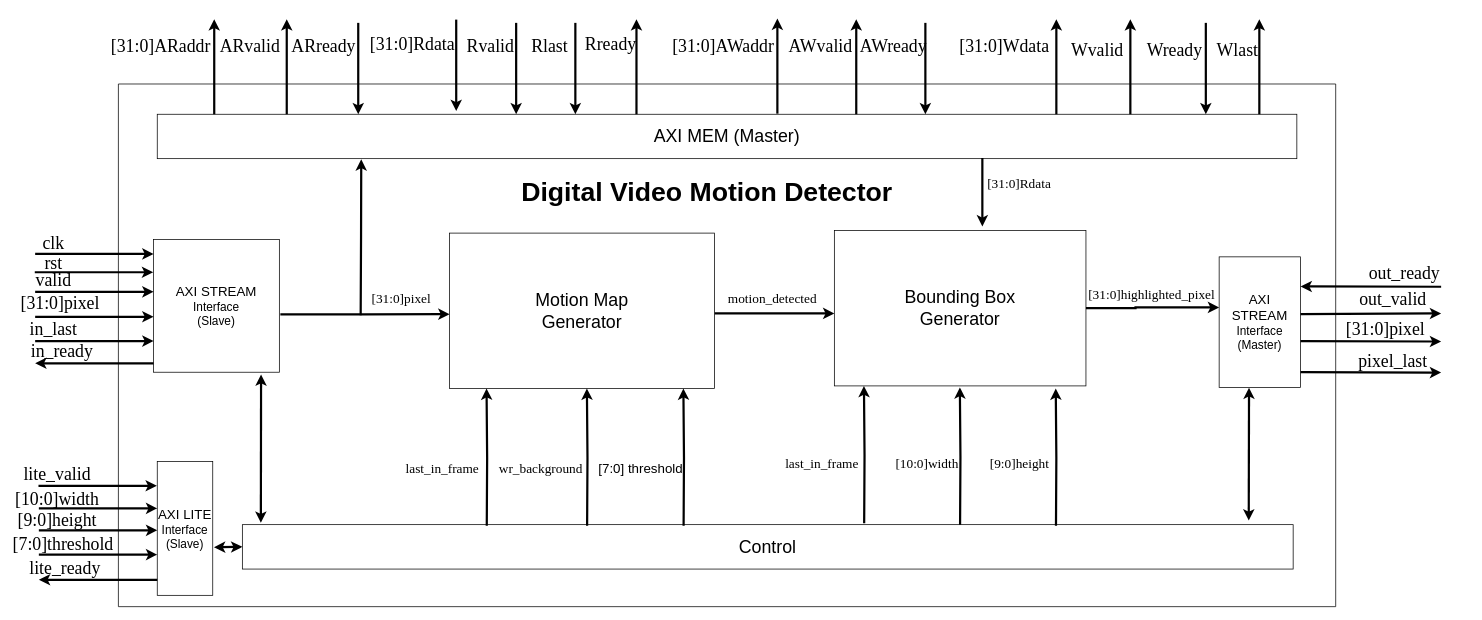
Above: drawings/Block_Diagram_v8.drawio in sabarioded/Hardware_for_Digital_Video_Motion_Detector (draw.io), before the change. Source tidied: cells renumbered, new cells numbered last; positions are measured from the earlier drawing's top-left corner, leaving out a move shared by most shapes. Both pictures are drawn from the tidied source at 74%, with x=0, y=0 at pixel (20, 18).
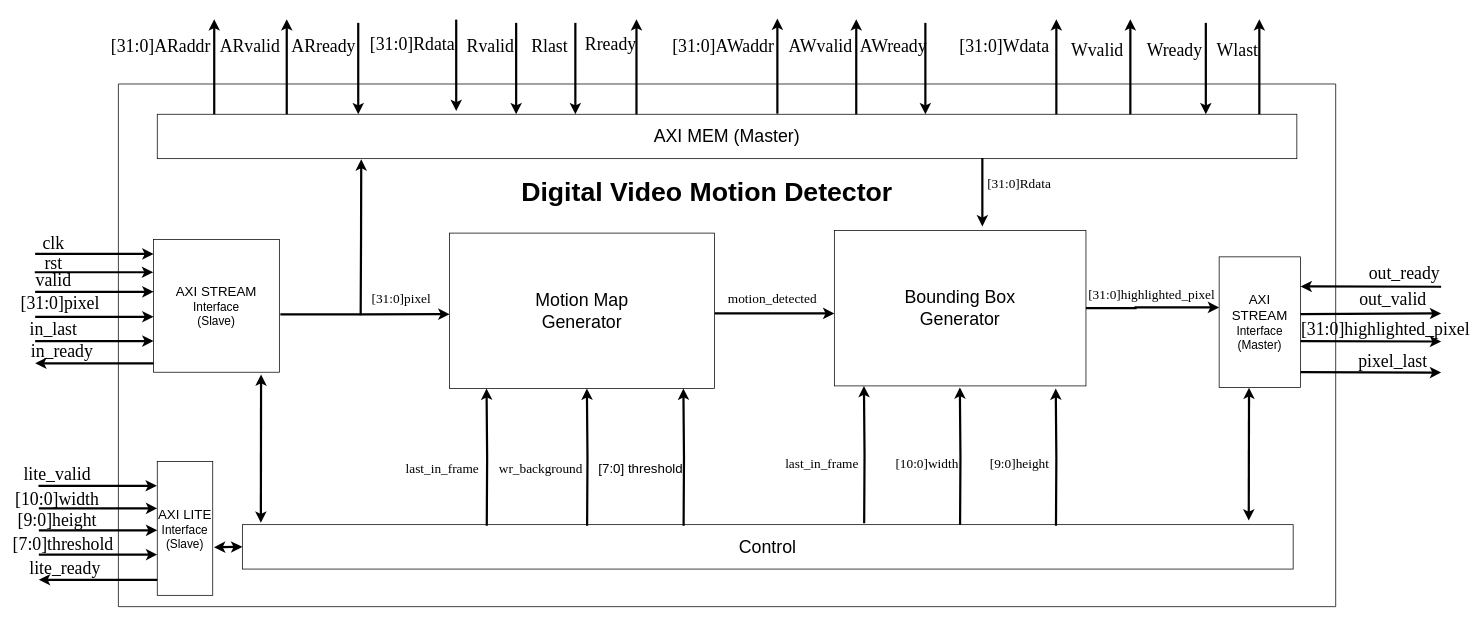
After the change.

The edit, as a diff of the source:
```diff
@@
-    <mxCell id="52" value="&lt;font face=&quot;Times New Roman&quot; style=&quot;font-size: 24px;&quot;&gt;[31:0]pixel&lt;/font&gt;" style="text;html=1;align=center;verticalAlign=middle;whiteSpace=wrap;rounded=0;" parent="1" vertex="1">
+    <mxCell id="52" value="&lt;font face=&quot;Times New Roman&quot; style=&quot;font-size: 24px;&quot;&gt;[31:0]highlighted_pixel&lt;/font&gt;" style="text;html=1;align=center;verticalAlign=middle;whiteSpace=wrap;rounded=0;" parent="1" vertex="1">
       <mxGeometry x="1810" y="405.4" width="70" height="30" as="geometry" />
     </mxCell>
```
